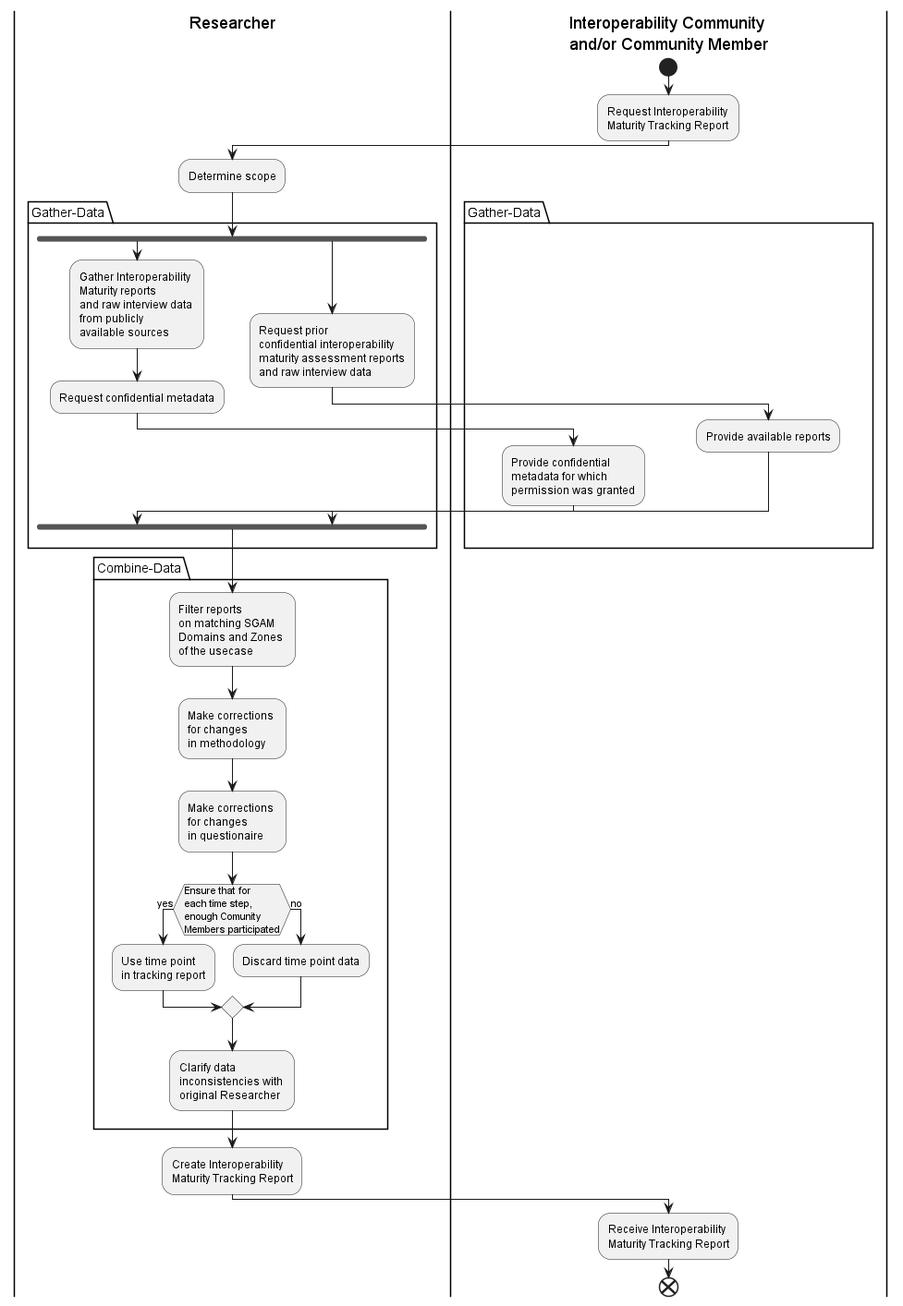
The PlantUML diagram out/ProcessesModels/TrackMaturityProcess/Track Maturity PersonBorderThickness.png in int-net/EminentModel, before a commit. Source of this version:
```plantuml
@startuml Track Maturity PersonBorderThickness
|Researcher|
|Interoperability Community\nand/or Community Member|
start
:Request Interoperability \nMaturity Tracking Report;


|Researcher|

:Determine scope;

 package Gather-Data {

    fork
    :Gather Interoperability \nMaturity reports \nand raw interview data \nfrom publicly \navailable sources;
    :Request confidential metadata;

    |Interoperability Community\nand/or Community Member|
    :Provide confidential \nmetadata for which \npermission was granted;

    fork again
    |Researcher|
    :Request prior \nconfidential interoperability \nmaturity assessment reports\nand raw interview data ;

    |Interoperability Community\nand/or Community Member|
    :Provide available reports;

    |Researcher|
    end fork
 }
|Researcher|
 package Combine-Data {
    :Filter reports \non matching SGAM \nDomains and Zones \nof the usecase;
    :Make corrections \nfor changes \nin methodology;
    :Make corrections \nfor changes \nin questionaire;
    if (Ensure that for \neach time step, \nenough Comunity \nMembers participated) then (yes)
    :Use time point \nin tracking report;
    else (no)
    :Discard time point data;
    endif
    :Clarify data \ninconsistencies with \noriginal Researcher;
 }

 :Create Interoperability \nMaturity Tracking Report;

|Interoperability Community\nand/or Community Member|
:Receive Interoperability \nMaturity Tracking Report;
end



@enduml
```
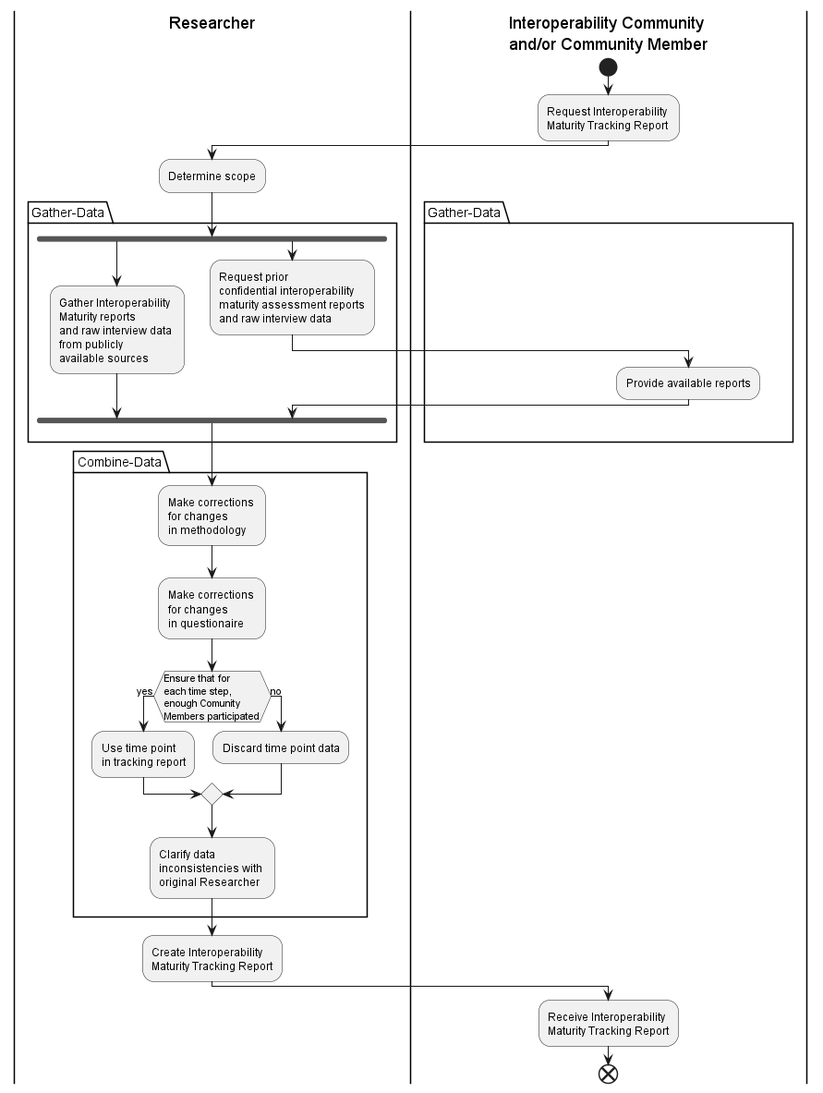
Above is the later version.

The edit, as a diff of the source:
```diff
@@ -13,10 +13,7 @@
 
     fork
     :Gather Interoperability \nMaturity reports \nand raw interview data \nfrom publicly \navailable sources;
-    :Request confidential metadata;
 
-    |Interoperability Community\nand/or Community Member|
-    :Provide confidential \nmetadata for which \npermission was granted;
 
     fork again
     |Researcher|
@@ -30,7 +27,6 @@
  }
 |Researcher|
  package Combine-Data {
-    :Filter reports \non matching SGAM \nDomains and Zones \nof the usecase;
     :Make corrections \nfor changes \nin methodology;
     :Make corrections \nfor changes \nin questionaire;
     if (Ensure that for \neach time step, \nenough Comunity \nMembers participated) then (yes)
```
